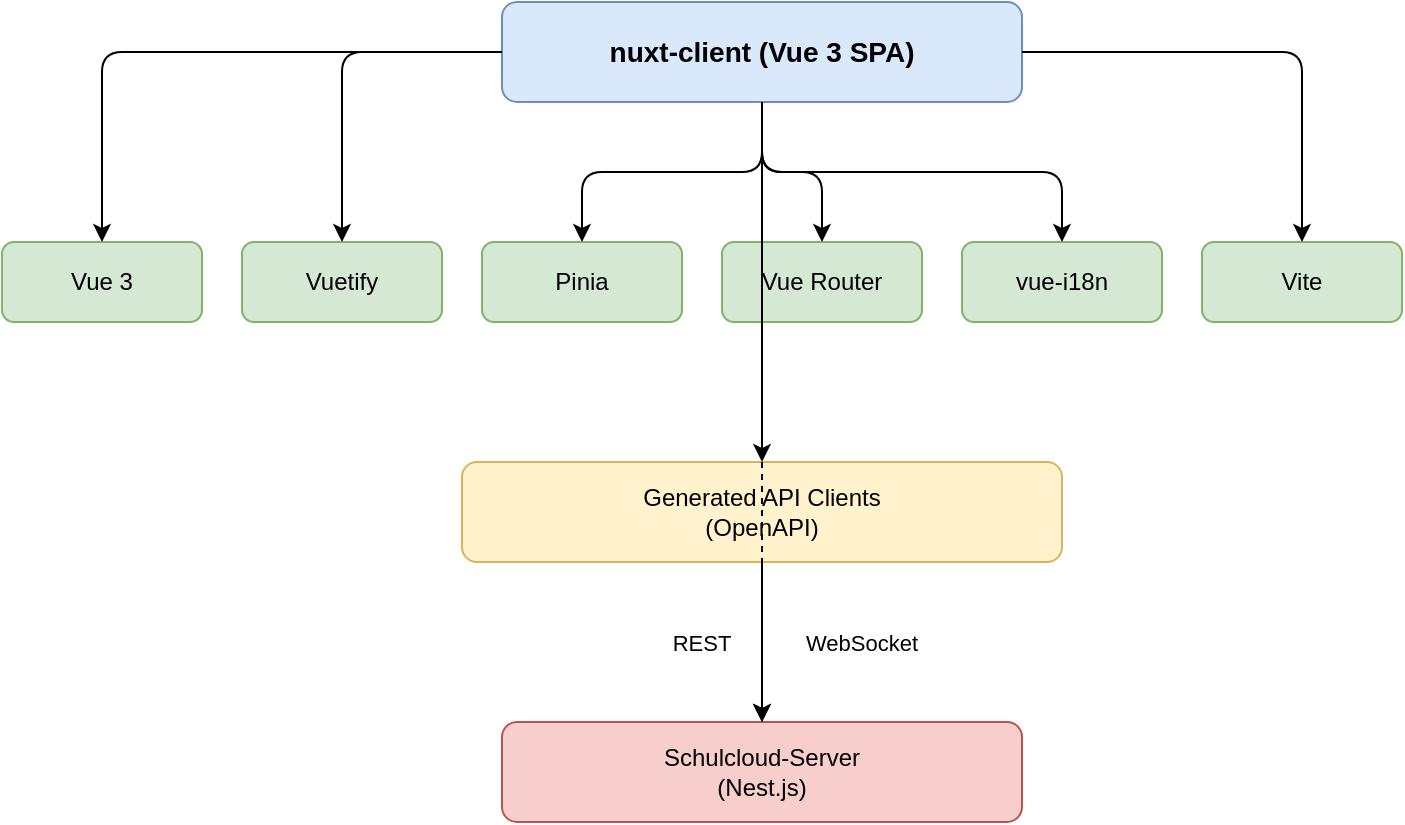
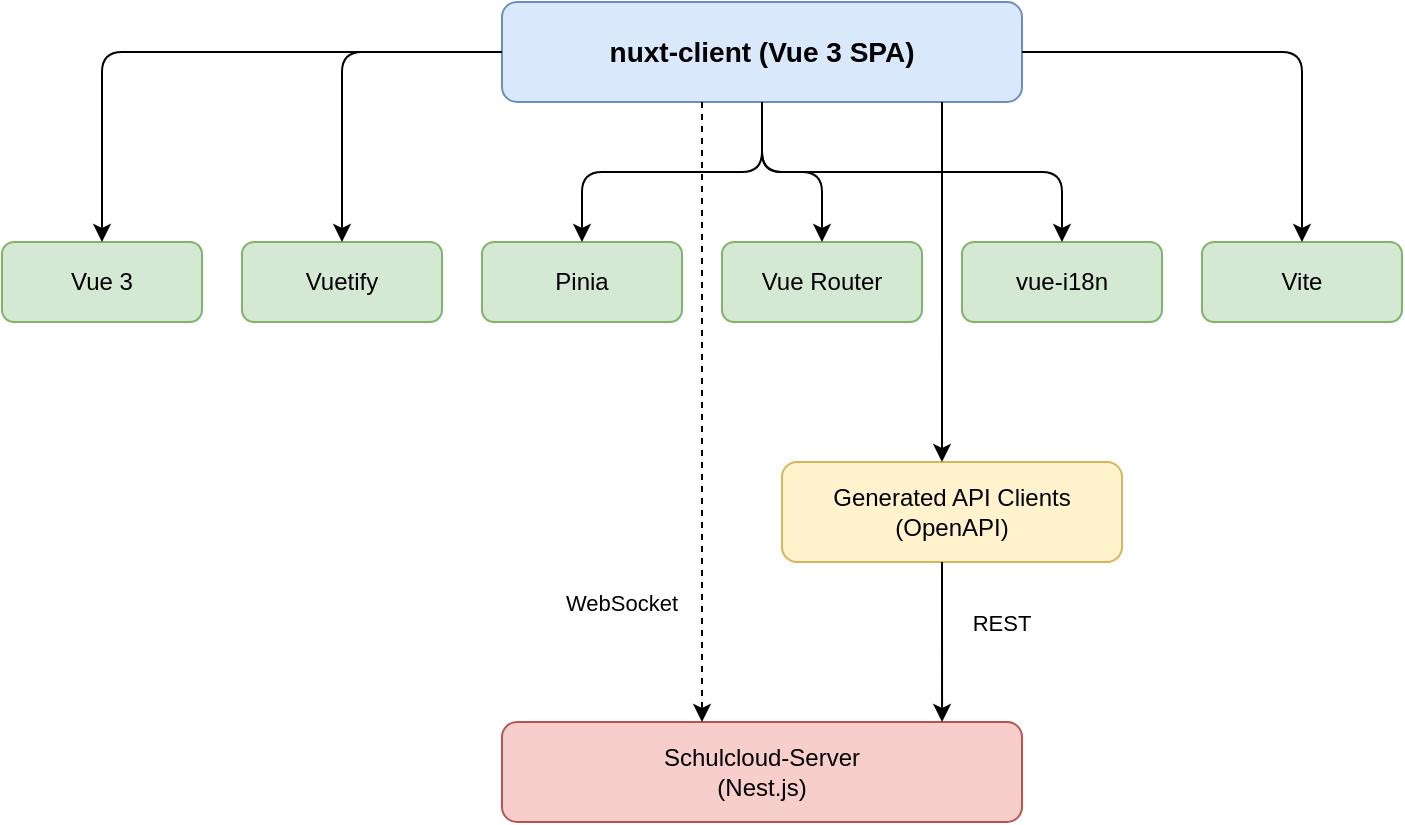
- <mxfile host="drawio-plugin" modified="2026-05-20T12:09:13.685Z" agent="Mozilla/5.0 (Windows NT 10.0; Win64; x64) AppleWebKit/537.36 (KHTML, like Gecko) Chrome/137.0.0.0 Safari/537.36" version="22.1.22" etag="yS94X4kR4H-CPEWVznYT" type="embed">
+ <mxfile host="drawio-plugin" modified="2026-05-20T13:05:09.177Z" agent="Mozilla/5.0 (Windows NT 10.0; Win64; x64) AppleWebKit/537.36 (KHTML, like Gecko) Chrome/137.0.0.0 Safari/537.36" etag="Svn0PwCS8E3w3tHeA1kJ" version="22.1.22" type="embed">
  <diagram name="Architecture" id="nuxt-client-arch">
-     <mxGraphModel dx="1559" dy="708" grid="1" gridSize="10" guides="1" tooltips="1" connect="1" arrows="1" fold="1" page="1" pageScale="1" pageWidth="819" pageHeight="459" math="0" shadow="0">
+     <mxGraphModel dx="1075" dy="488" grid="1" gridSize="10" guides="1" tooltips="1" connect="1" arrows="1" fold="1" page="1" pageScale="1" pageWidth="819" pageHeight="459" math="0" shadow="0">
      <root>
        <mxCell id="0" />
        <mxCell id="1" parent="0" />
        <mxCell id="2" value="nuxt-client (Vue 3 SPA)" style="rounded=1;whiteSpace=wrap;html=1;fillColor=#dae8fc;strokeColor=#6c8ebf;fontSize=14;fontStyle=1;" parent="1" vertex="1">
          <mxGeometry x="270" y="20" width="260" height="50" as="geometry" />
        </mxCell>
        <mxCell id="3" value="Vue 3" style="rounded=1;whiteSpace=wrap;html=1;fillColor=#d5e8d4;strokeColor=#82b366;" parent="1" vertex="1">
          <mxGeometry x="20" y="140" width="100" height="40" as="geometry" />
        </mxCell>
        <mxCell id="4" value="Vuetify" style="rounded=1;whiteSpace=wrap;html=1;fillColor=#d5e8d4;strokeColor=#82b366;" parent="1" vertex="1">
          <mxGeometry x="140" y="140" width="100" height="40" as="geometry" />
        </mxCell>
        <mxCell id="5" value="Pinia" style="rounded=1;whiteSpace=wrap;html=1;fillColor=#d5e8d4;strokeColor=#82b366;" parent="1" vertex="1">
          <mxGeometry x="260" y="140" width="100" height="40" as="geometry" />
        </mxCell>
        <mxCell id="6" value="Vue Router" style="rounded=1;whiteSpace=wrap;html=1;fillColor=#d5e8d4;strokeColor=#82b366;" parent="1" vertex="1">
          <mxGeometry x="380" y="140" width="100" height="40" as="geometry" />
        </mxCell>
        <mxCell id="7" value="vue-i18n" style="rounded=1;whiteSpace=wrap;html=1;fillColor=#d5e8d4;strokeColor=#82b366;" parent="1" vertex="1">
          <mxGeometry x="500" y="140" width="100" height="40" as="geometry" />
        </mxCell>
        <mxCell id="8" value="Vite" style="rounded=1;whiteSpace=wrap;html=1;fillColor=#d5e8d4;strokeColor=#82b366;" parent="1" vertex="1">
          <mxGeometry x="620" y="140" width="100" height="40" as="geometry" />
        </mxCell>
        <mxCell id="9" value="Generated API Clients&lt;br&gt;(OpenAPI)" style="rounded=1;whiteSpace=wrap;html=1;fillColor=#fff2cc;strokeColor=#d6b656;" parent="1" vertex="1">
-           <mxGeometry x="250" y="250" width="300" height="50" as="geometry" />
+           <mxGeometry x="410" y="250" width="170" height="50" as="geometry" />
        </mxCell>
        <mxCell id="10" value="Schulcloud-Server&lt;br&gt;(Nest.js)" style="rounded=1;whiteSpace=wrap;html=1;fillColor=#f8cecc;strokeColor=#b85450;fontSize=12;" parent="1" vertex="1">
          <mxGeometry x="270" y="380" width="260" height="50" as="geometry" />
        </mxCell>
        <mxCell id="e1" style="edgeStyle=orthogonalEdgeStyle;" parent="1" source="2" target="3" edge="1">
          <mxGeometry relative="1" as="geometry" />
        </mxCell>
        <mxCell id="e2" style="edgeStyle=orthogonalEdgeStyle;" parent="1" source="2" target="4" edge="1">
          <mxGeometry relative="1" as="geometry" />
        </mxCell>
        <mxCell id="e3" style="edgeStyle=orthogonalEdgeStyle;" parent="1" source="2" target="5" edge="1">
          <mxGeometry relative="1" as="geometry" />
        </mxCell>
        <mxCell id="e4" style="edgeStyle=orthogonalEdgeStyle;" parent="1" source="2" target="6" edge="1">
          <mxGeometry relative="1" as="geometry" />
        </mxCell>
        <mxCell id="e5" style="edgeStyle=orthogonalEdgeStyle;" parent="1" source="2" target="7" edge="1">
          <mxGeometry relative="1" as="geometry" />
        </mxCell>
        <mxCell id="e6" style="edgeStyle=orthogonalEdgeStyle;" parent="1" source="2" target="8" edge="1">
          <mxGeometry relative="1" as="geometry" />
        </mxCell>
-         <mxCell id="e7" style="edgeStyle=orthogonalEdgeStyle;" parent="1" source="2" target="9" edge="1">
-           <mxGeometry relative="1" as="geometry" />
-         </mxCell>
-         <mxCell id="e8" value="REST" style="edgeStyle=orthogonalEdgeStyle;" parent="1" source="9" target="10" edge="1">
-           <mxGeometry y="-30" relative="1" as="geometry">
-             <mxPoint as="offset" />
+         <mxCell id="e7" style="edgeStyle=orthogonalEdgeStyle;" parent="1" edge="1">
+           <mxGeometry relative="1" as="geometry">
+             <mxPoint x="490.00448275862095" y="70" as="sourcePoint" />
+             <mxPoint x="490.00448275862095" y="250" as="targetPoint" />
+             <Array as="points">
+               <mxPoint x="489.97" y="210" />
+               <mxPoint x="489.97" y="210" />
+             </Array>
          </mxGeometry>
        </mxCell>
-         <mxCell id="e9" value="WebSocket" style="edgeStyle=orthogonalEdgeStyle;dashed=1;" parent="1" source="2" target="10" edge="1">
-           <mxGeometry x="0.7419" y="50" relative="1" as="geometry">
+         <mxCell id="e8" value="REST" style="edgeStyle=orthogonalEdgeStyle;" parent="1" edge="1">
+           <mxGeometry x="-0.25" y="30" relative="1" as="geometry">
            <mxPoint as="offset" />
+             <mxPoint x="490" y="300" as="sourcePoint" />
+             <mxPoint x="490.0344827586209" y="380" as="targetPoint" />
+             <Array as="points">
+               <mxPoint x="490" y="320" />
+               <mxPoint x="490" y="320" />
+             </Array>
+           </mxGeometry>
+         </mxCell>
+         <mxCell id="e9" value="WebSocket" style="edgeStyle=orthogonalEdgeStyle;dashed=1;" parent="1" edge="1">
+           <mxGeometry x="0.6129" y="-40" relative="1" as="geometry">
+             <mxPoint as="offset" />
+             <mxPoint x="370" y="70" as="sourcePoint" />
+             <mxPoint x="370" y="380" as="targetPoint" />
          </mxGeometry>
        </mxCell>
      </root>
    </mxGraphModel>
  </diagram>
</mxfile>
